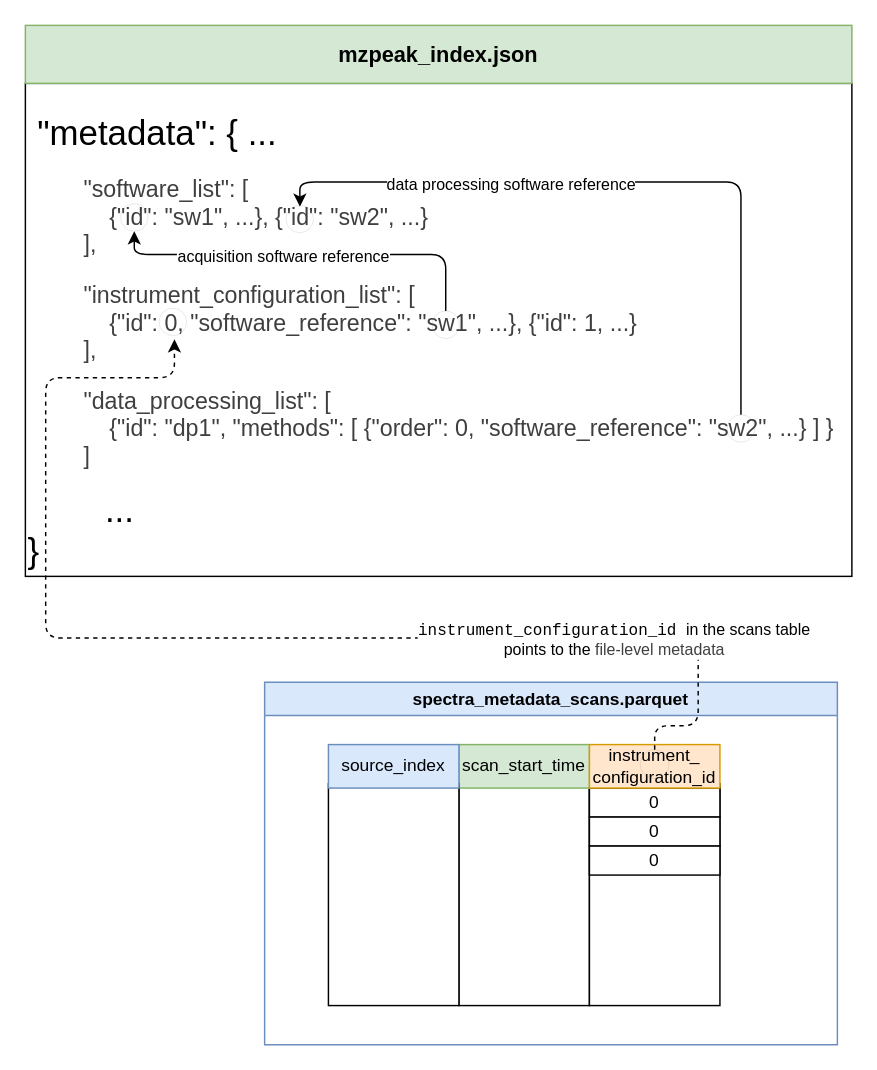
The draw.io diagram docs/assets/img/index-relation.drawio in HUPO-PSI/mzPeak-specification, before the edit. Source tidied: cells renumbered, new cells numbered last; positions are measured from the earlier drawing's top-left corner, leaving out a move shared by most shapes. Both pictures are drawn from the tidied source at 145%, with x=0, y=0 at pixel (25, 25).
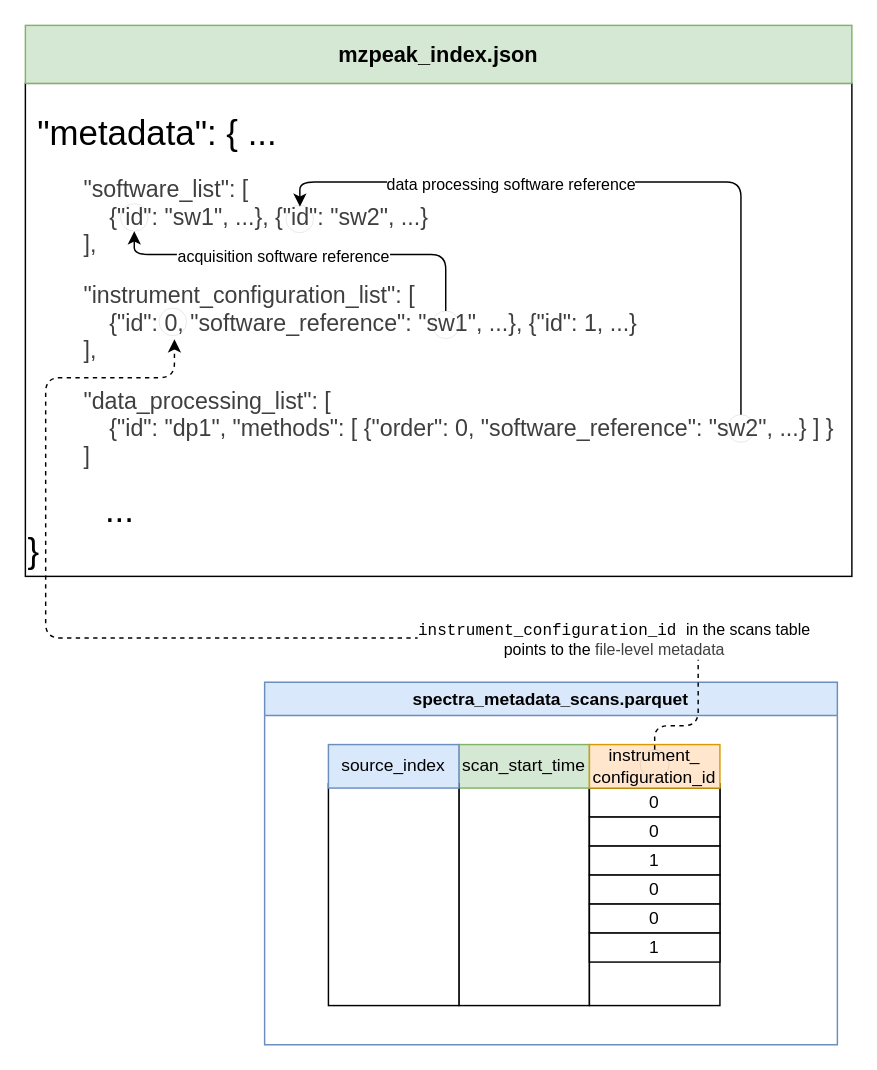
After the change.

The change refers to these unchanged cells:
```xml
<mxCell id="17" value="spectra_metadata_scans.parquet" style="swimlane;whiteSpace=wrap;html=1;fillColor=#dae8fc;strokeColor=#6c8ebf;" parent="1" vertex="1">
  <mxGeometry x="165" y="453" width="395" height="250" as="geometry" />
</mxCell>
```

Diff of the diagram source:
```diff
@@
-    <mxCell id="22" value="0" style="rounded=0;whiteSpace=wrap;html=1;" parent="17" vertex="1">
+    <mxCell id="22" value="1" style="rounded=0;whiteSpace=wrap;html=1;" parent="17" vertex="1">
       <mxGeometry x="224" y="113" width="90" height="20" as="geometry" />
     </mxCell>
+    <mxCell id="30" value="0" style="rounded=0;whiteSpace=wrap;html=1;" parent="17" vertex="1">
+      <mxGeometry x="224" y="133" width="90" height="20" as="geometry" />
+    </mxCell>
+    <mxCell id="31" value="0" style="rounded=0;whiteSpace=wrap;html=1;" parent="17" vertex="1">
+      <mxGeometry x="224" y="153" width="90" height="20" as="geometry" />
+    </mxCell>
+    <mxCell id="32" value="1" style="rounded=0;whiteSpace=wrap;html=1;" parent="17" vertex="1">
+      <mxGeometry x="224" y="173" width="90" height="20" as="geometry" />
+    </mxCell>
```
